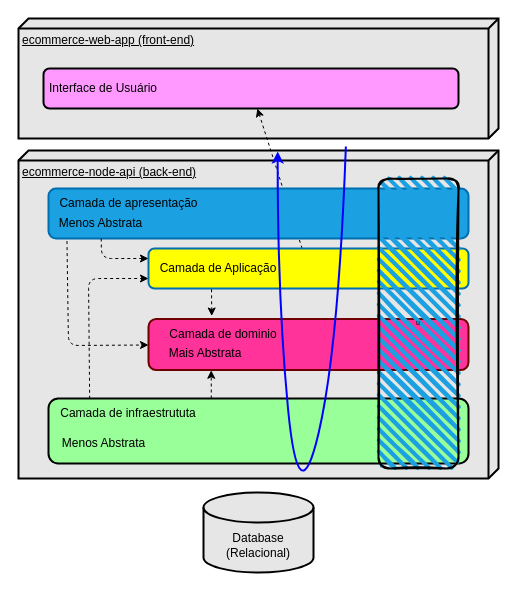
Above: page "Arquitetura em Camadas" (1 of 2) of requirements/ecommerce-arquitetura.drawio in EvilazioNeto/ecommerce-node-api (draw.io), before the change. Source tidied: cells renumbered, new cells numbered last; positions are measured from the earlier drawing's top-left corner, leaving out a move shared by most shapes. Both pictures are drawn from the tidied source at 100%, with x=0, y=0 at pixel (18, 18).
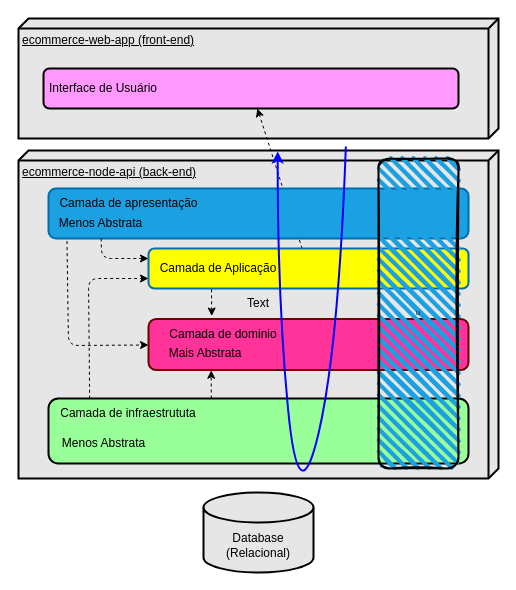
The same diagram, later.

Change to the diagram source:
```diff
@@
     <mxCell id="25" value="u" style="rounded=1;whiteSpace=wrap;html=1;strokeWidth=2;fillWeight=4;hachureGap=8;hachureAngle=45;fillColor=#1ba1e2;sketch=1;shadow=0;strokeColor=#000000;fontSize=7;fontColor=#000000;" parent="1" vertex="1">
-      <mxGeometry x="360" y="160" width="80" height="290" as="geometry" />
+      <mxGeometry x="360" y="140" width="80" height="310" as="geometry" />
     </mxCell>
+    <mxCell id="26" value="Text" style="text;html=1;strokeColor=none;fillColor=none;align=center;verticalAlign=middle;whiteSpace=wrap;rounded=0;" parent="1" vertex="1">
+      <mxGeometry x="210" y="270" width="60" height="30" as="geometry" />
+    </mxCell>
```
